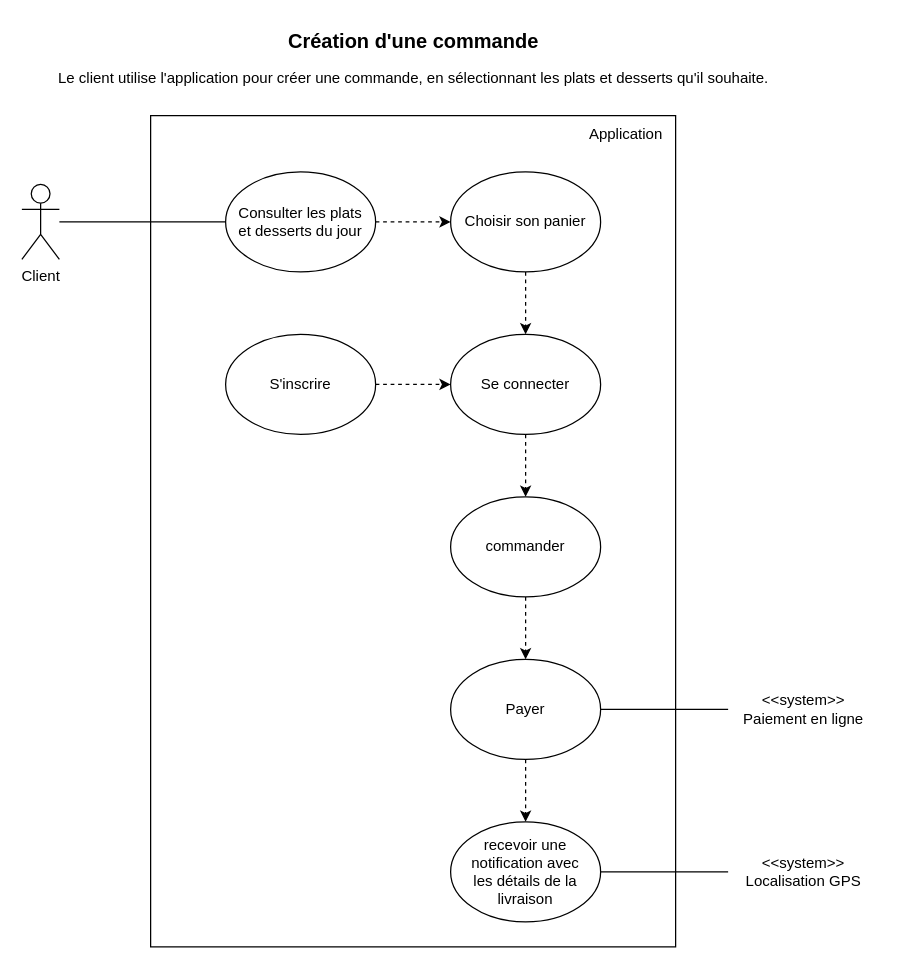
arcausin/ExpressFood keeps this draw.io diagram as diagrammes_cas_utilisation/Diagramme de cas d'utilisation - creation de commandes.drawio. Above is the earlier version. Source tidied: cells renumbered, new cells numbered last; positions are measured from the earlier drawing's top-left corner, leaving out a move shared by most shapes. Both pictures are drawn from the tidied source at 125%, with x=0, y=0 at pixel (21, 21).
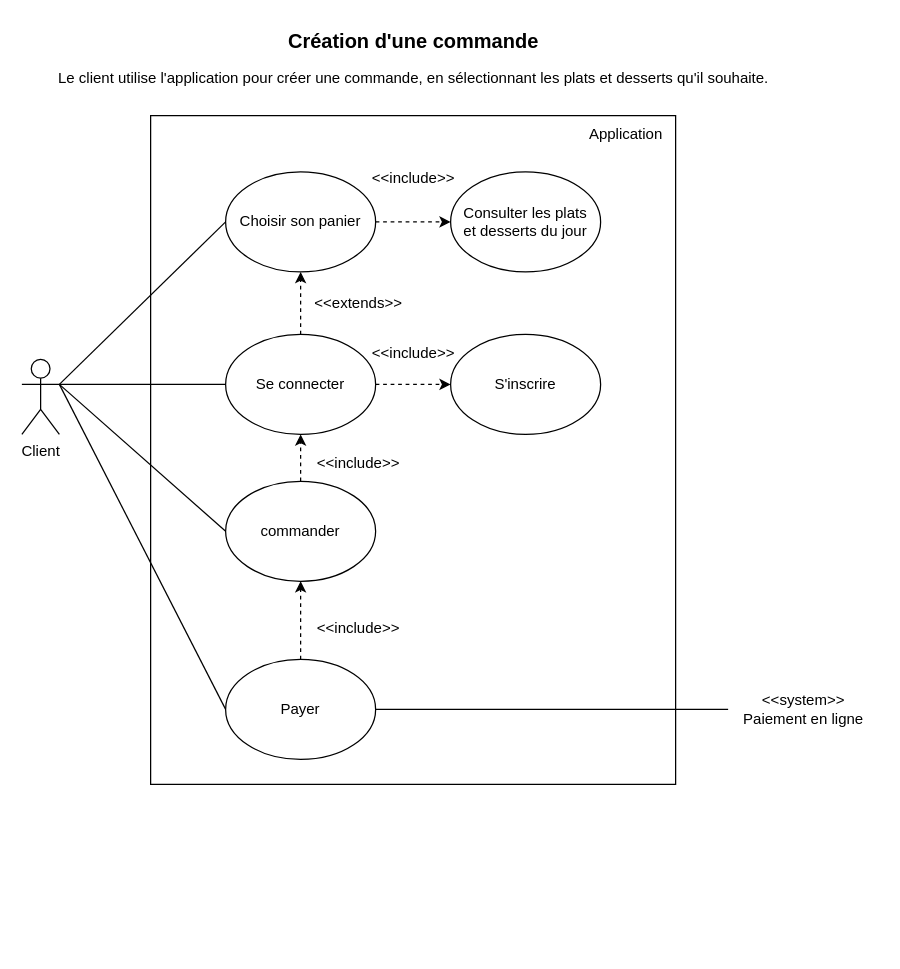
Above is the later version.

Commit message (it also covers changes not shown here):
correction diagrammes de cas d'utilisation

Diff of the diagram source:
```diff
@@
     <mxCell id="2" style="rounded=0;whiteSpace=wrap;html=1;" parent="1" vertex="1">
-      <mxGeometry x="103" y="75" width="420" height="665" as="geometry" />
+      <mxGeometry x="103" y="75" width="420" height="535" as="geometry" />
     </mxCell>
-    <mxCell id="3" style="edgeStyle=orthogonalEdgeStyle;rounded=0;jettySize=auto;html=1;entryX=0;entryY=0.5;entryDx=0;entryDy=0;endArrow=none;endFill=0;" parent="1" edge="1" source="4" target="7">
-      <mxGeometry relative="1" as="geometry" />
-    </mxCell>
+    <mxCell id="25" style="rounded=0;jettySize=auto;html=1;exitX=1;exitY=0.3333333333333333;exitDx=0;exitDy=0;exitPerimeter=0;entryX=0;entryY=0.5;entryDx=0;entryDy=0;endArrow=none;endFill=0;" parent="1" edge="1" source="4" target="16">
+      <mxGeometry relative="1" as="geometry" />
+    </mxCell>
+    <mxCell id="26" style="rounded=0;jettySize=auto;html=1;exitX=1;exitY=0.3333333333333333;exitDx=0;exitDy=0;exitPerimeter=0;entryX=0;entryY=0.5;entryDx=0;entryDy=0;endArrow=none;endFill=0;" parent="1" edge="1" source="4" target="11">
+      <mxGeometry relative="1" as="geometry" />
+    </mxCell>
+    <mxCell id="27" style="rounded=0;jettySize=auto;html=1;exitX=1;exitY=0.3333333333333333;exitDx=0;exitDy=0;exitPerimeter=0;entryX=0;entryY=0.5;entryDx=0;entryDy=0;endArrow=none;endFill=0;" parent="1" edge="1" source="4" target="9">
+      <mxGeometry relative="1" as="geometry" />
+    </mxCell>
+    <mxCell id="28" style="rounded=0;jettySize=auto;html=1;exitX=1;exitY=0.3333333333333333;exitDx=0;exitDy=0;exitPerimeter=0;entryX=0;entryY=0.5;entryDx=0;entryDy=0;endArrow=none;endFill=0;" parent="1" edge="1" source="4" target="20">
+      <mxGeometry relative="1" as="geometry" />
+    </mxCell>
     <mxCell id="4" value="Client" style="shape=umlActor;verticalLabelPosition=bottom;verticalAlign=top;html=1;outlineConnect=0;" parent="1" vertex="1">
-      <mxGeometry y="130" width="30" height="60" as="geometry" />
+      <mxGeometry y="270" width="30" height="60" as="geometry" />
     </mxCell>
@@
-    <mxCell id="6" style="edgeStyle=orthogonalEdgeStyle;rounded=0;jettySize=auto;html=1;exitX=1;exitY=0.5;exitDx=0;exitDy=0;entryX=0;entryY=0.5;entryDx=0;entryDy=0;dashed=1;" parent="1" edge="1" source="7" target="20">
-      <mxGeometry relative="1" as="geometry" />
-    </mxCell>
     <mxCell id="7" value="&lt;div&gt;Consulter les plats&lt;/div&gt;&lt;div&gt;et desserts du jour&lt;/div&gt;" style="ellipse;whiteSpace=wrap;html=1;" parent="1" vertex="1">
-      <mxGeometry x="163" y="120" width="120" height="80" as="geometry" />
+      <mxGeometry x="343" y="120" width="120" height="80" as="geometry" />
     </mxCell>
-    <mxCell id="8" style="edgeStyle=orthogonalEdgeStyle;rounded=0;jettySize=auto;html=1;exitX=0.5;exitY=1;exitDx=0;exitDy=0;entryX=0.5;entryY=0;entryDx=0;entryDy=0;dashed=1;" parent="1" edge="1" source="9" target="11">
-      <mxGeometry relative="1" as="geometry" />
-    </mxCell>
+    <mxCell id="29" style="edgeStyle=orthogonalEdgeStyle;rounded=0;jettySize=auto;html=1;exitX=1;exitY=0.5;exitDx=0;exitDy=0;entryX=0;entryY=0.5;entryDx=0;entryDy=0;dashed=1;" parent="1" edge="1" source="9" target="14">
+      <mxGeometry relative="1" as="geometry" />
+    </mxCell>
+    <mxCell id="30" style="edgeStyle=orthogonalEdgeStyle;rounded=0;jettySize=auto;html=1;exitX=0.5;exitY=0;exitDx=0;exitDy=0;entryX=0.5;entryY=1;entryDx=0;entryDy=0;dashed=1;" parent="1" edge="1" source="9" target="20">
+      <mxGeometry relative="1" as="geometry" />
+    </mxCell>
     <mxCell id="9" value="Se connecter" style="ellipse;whiteSpace=wrap;html=1;" parent="1" vertex="1">
-      <mxGeometry x="343" y="250" width="120" height="80" as="geometry" />
+      <mxGeometry x="163" y="250" width="120" height="80" as="geometry" />
     </mxCell>
-    <mxCell id="10" style="edgeStyle=orthogonalEdgeStyle;rounded=0;jettySize=auto;html=1;exitX=0.5;exitY=1;exitDx=0;exitDy=0;entryX=0.5;entryY=0;entryDx=0;entryDy=0;dashed=1;" parent="1" edge="1" source="11" target="16">
-      <mxGeometry relative="1" as="geometry" />
-    </mxCell>
+    <mxCell id="31" style="edgeStyle=orthogonalEdgeStyle;rounded=0;jettySize=auto;html=1;exitX=0.5;exitY=0;exitDx=0;exitDy=0;entryX=0.5;entryY=1;entryDx=0;entryDy=0;dashed=1;" parent="1" edge="1" source="11" target="9">
+      <mxGeometry relative="1" as="geometry" />
+    </mxCell>
     <mxCell id="11" value="commander" style="ellipse;whiteSpace=wrap;html=1;" parent="1" vertex="1">
-      <mxGeometry x="343" y="380" width="120" height="80" as="geometry" />
+      <mxGeometry x="163" y="367.5" width="120" height="80" as="geometry" />
     </mxCell>
-    <mxCell id="12" value="&lt;div&gt;recevoir une notification avec&lt;/div&gt;&lt;div&gt;les détails de la&lt;/div&gt;&lt;div&gt;livraison&lt;/div&gt;" style="ellipse;whiteSpace=wrap;html=1;" parent="1" vertex="1">
-      <mxGeometry x="343" y="640" width="120" height="80" as="geometry" />
-    </mxCell>
-    <mxCell id="13" style="edgeStyle=orthogonalEdgeStyle;rounded=0;jettySize=auto;html=1;entryX=0;entryY=0.5;entryDx=0;entryDy=0;dashed=1;" parent="1" edge="1" source="14" target="9">
-      <mxGeometry relative="1" as="geometry" />
-    </mxCell>
     <mxCell id="14" value="S'inscrire" style="ellipse;whiteSpace=wrap;html=1;" parent="1" vertex="1">
-      <mxGeometry x="163" y="250" width="120" height="80" as="geometry" />
+      <mxGeometry x="343" y="250" width="120" height="80" as="geometry" />
     </mxCell>
-    <mxCell id="15" style="edgeStyle=orthogonalEdgeStyle;rounded=0;jettySize=auto;html=1;exitX=0.5;exitY=1;exitDx=0;exitDy=0;entryX=0.5;entryY=0;entryDx=0;entryDy=0;dashed=1;" parent="1" edge="1" source="16" target="12">
-      <mxGeometry relative="1" as="geometry" />
-    </mxCell>
+    <mxCell id="32" style="edgeStyle=orthogonalEdgeStyle;rounded=0;jettySize=auto;html=1;exitX=0.5;exitY=0;exitDx=0;exitDy=0;entryX=0.5;entryY=1;entryDx=0;entryDy=0;dashed=1;" parent="1" edge="1" source="16" target="11">
+      <mxGeometry relative="1" as="geometry" />
+    </mxCell>
     <mxCell id="16" value="Payer" style="ellipse;whiteSpace=wrap;html=1;" parent="1" vertex="1">
-      <mxGeometry x="343" y="510" width="120" height="80" as="geometry" />
+      <mxGeometry x="163" y="510" width="120" height="80" as="geometry" />
     </mxCell>
@@
-    <mxCell id="19" style="edgeStyle=orthogonalEdgeStyle;rounded=0;jettySize=auto;html=1;exitX=0.5;exitY=1;exitDx=0;exitDy=0;entryX=0.5;entryY=0;entryDx=0;entryDy=0;dashed=1;" parent="1" edge="1" source="20" target="9">
-      <mxGeometry relative="1" as="geometry" />
-    </mxCell>
+    <mxCell id="33" style="edgeStyle=orthogonalEdgeStyle;rounded=0;jettySize=auto;html=1;exitX=1;exitY=0.5;exitDx=0;exitDy=0;entryX=0;entryY=0.5;entryDx=0;entryDy=0;dashed=1;" parent="1" edge="1" source="20" target="7">
+      <mxGeometry relative="1" as="geometry" />
+    </mxCell>
     <mxCell id="20" value="Choisir son panier" style="ellipse;whiteSpace=wrap;html=1;" parent="1" vertex="1">
-      <mxGeometry x="343" y="120" width="120" height="80" as="geometry" />
+      <mxGeometry x="163" y="120" width="120" height="80" as="geometry" />
     </mxCell>
@@
-    <mxCell id="22" style="edgeStyle=orthogonalEdgeStyle;rounded=0;jettySize=auto;html=1;entryX=1;entryY=0.5;entryDx=0;entryDy=0;endArrow=none;endFill=0;" parent="1" edge="1" source="23" target="12">
-      <mxGeometry relative="1" as="geometry" />
-    </mxCell>
-    <mxCell id="23" value="&lt;div&gt;&amp;lt;&amp;lt;system&amp;gt;&amp;gt;&lt;/div&gt;&lt;div&gt;Localisation GPS&lt;br&gt;&lt;/div&gt;" style="text;html=1;align=center;verticalAlign=middle;points=[];strokeColor=none;fillColor=none;" parent="1" vertex="1">
-      <mxGeometry x="565" y="660" width="120" height="40" as="geometry" />
-    </mxCell>
@@
+    <mxCell id="34" value="&amp;lt;&amp;lt;include&amp;gt;&amp;gt;" style="text;html=1;align=center;verticalAlign=middle;strokeColor=none;fillColor=none;" parent="1" vertex="1">
+      <mxGeometry x="268" y="250" width="90" height="30" as="geometry" />
+    </mxCell>
+    <mxCell id="35" value="&amp;lt;&amp;lt;include&amp;gt;&amp;gt;" style="text;html=1;align=center;verticalAlign=middle;strokeColor=none;fillColor=none;" parent="1" vertex="1">
+      <mxGeometry x="268" y="110" width="90" height="30" as="geometry" />
+    </mxCell>
+    <mxCell id="36" value="&amp;lt;&amp;lt;include&amp;gt;&amp;gt;" style="text;html=1;align=center;verticalAlign=middle;strokeColor=none;fillColor=none;" parent="1" vertex="1">
+      <mxGeometry x="224" y="337.5" width="90" height="30" as="geometry" />
+    </mxCell>
+    <mxCell id="37" value="&amp;lt;&amp;lt;include&amp;gt;&amp;gt;" style="text;html=1;align=center;verticalAlign=middle;strokeColor=none;fillColor=none;" parent="1" vertex="1">
+      <mxGeometry x="224" y="470" width="90" height="30" as="geometry" />
+    </mxCell>
+    <mxCell id="38" value="&amp;lt;&amp;lt;extends&amp;gt;&amp;gt;" style="text;html=1;align=center;verticalAlign=middle;strokeColor=none;fillColor=none;" parent="1" vertex="1">
+      <mxGeometry x="224" y="210" width="90" height="30" as="geometry" />
+    </mxCell>
```
